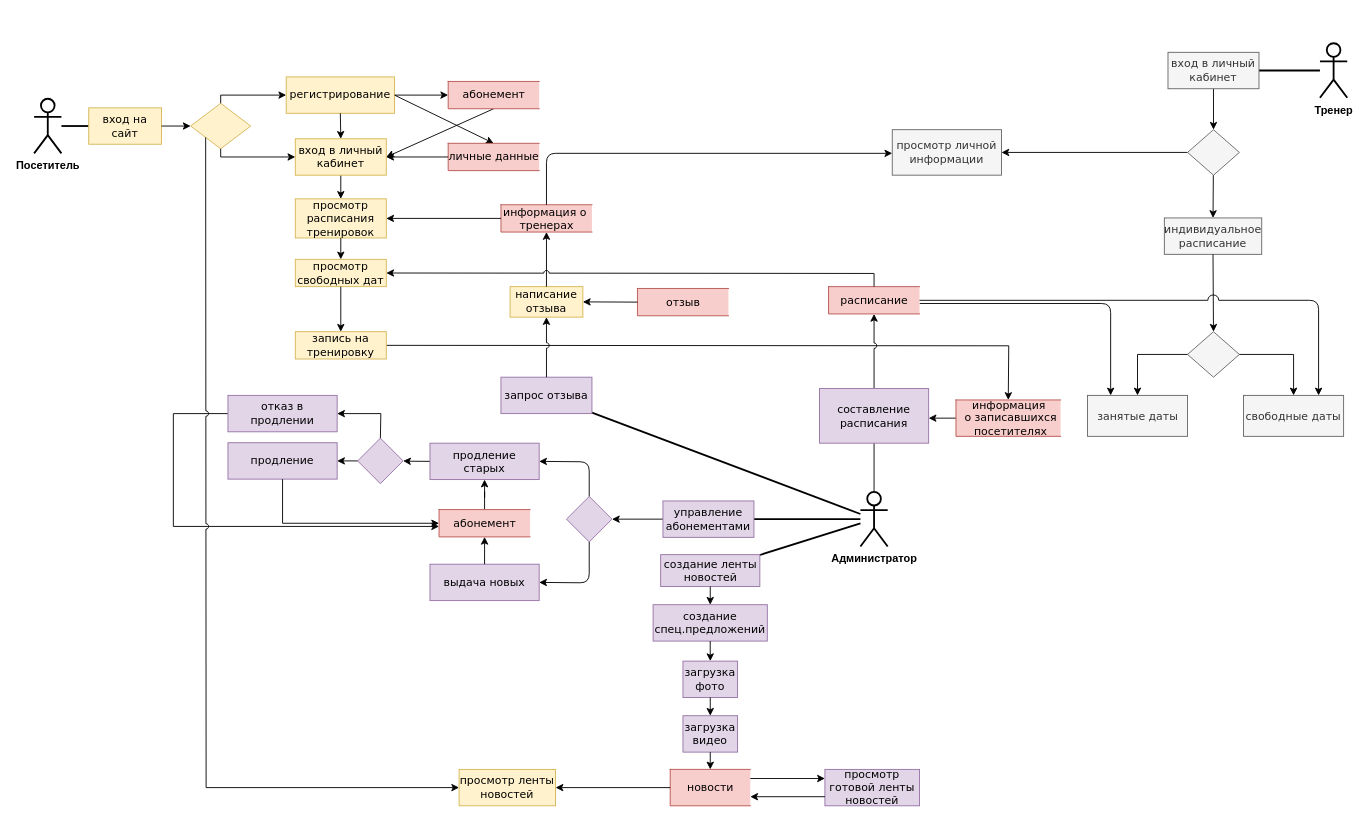
The draw.io diagram page "Страница 1" (1 of 2) of Diagrams/DFD 2.drawio in yuliapyrikova/-, before the edit. Source tidied: cells renumbered, new cells numbered last; positions are measured from the earlier drawing's top-left corner, leaving out a move shared by most shapes. Both pictures are drawn from the tidied source at 91%, with x=0, y=0 at pixel (34, 43).
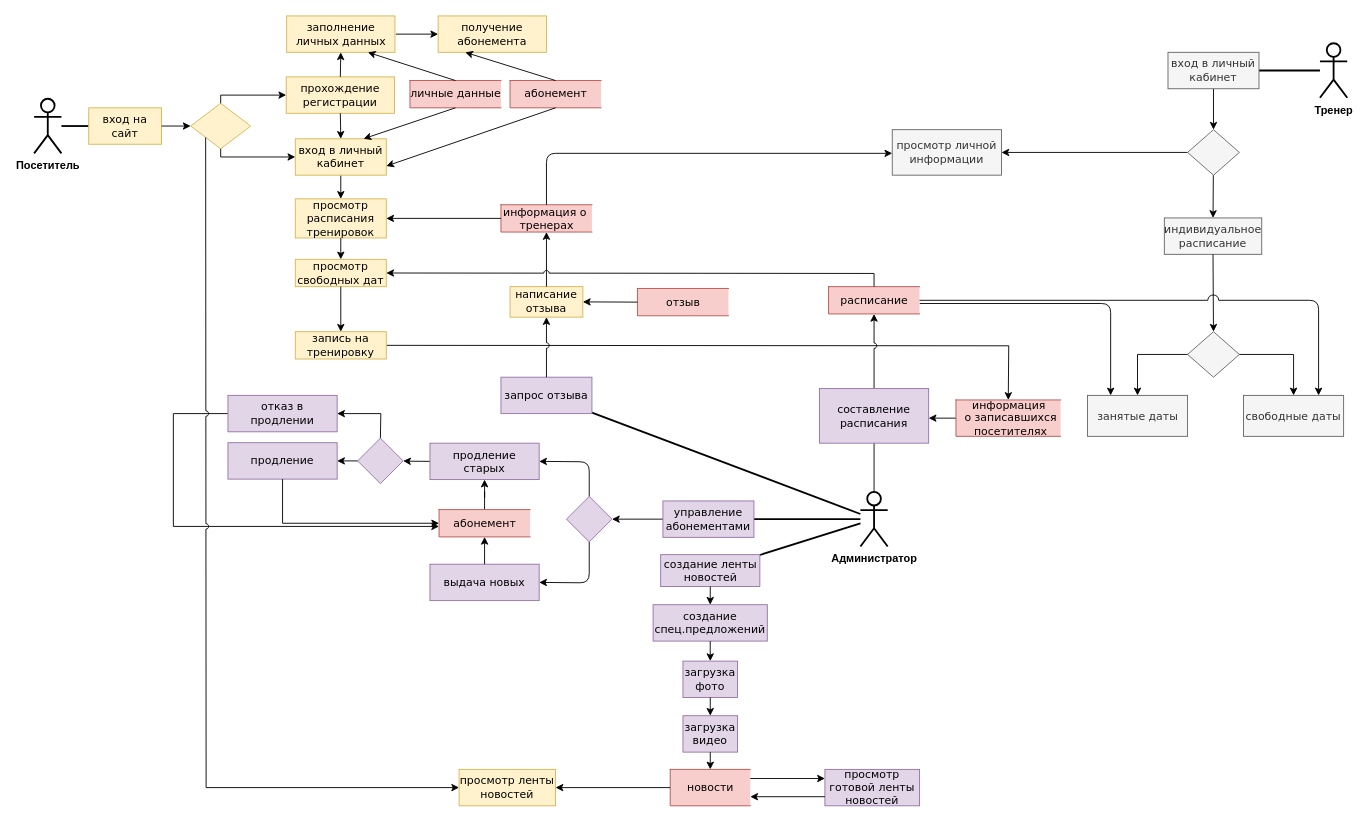
The same diagram, later.

The change refers to these unchanged cells:
```xml
<mxCell id="68" value="&lt;font face=&quot;Verdana&quot;&gt;вход в личный кабинет&lt;/font&gt;" style="rounded=0;whiteSpace=wrap;html=1;hachureGap=4;strokeWidth=1;fillColor=#fff2cc;strokeColor=#d6b656;" parent="1" vertex="1">
  <mxGeometry x="287" y="105" width="100" height="40" as="geometry" />
</mxCell>
```

What changed in the source:
```diff
@@
-    <mxCell id="56" style="edgeStyle=none;rounded=0;jettySize=auto;html=1;startArrow=none;startFill=0;endArrow=classic;endFill=1;exitX=1;exitY=0.5;exitDx=0;exitDy=0;entryX=0.5;entryY=0;entryDx=0;entryDy=0;" parent="1" edge="1" source="57" target="82">
-      <mxGeometry relative="1" as="geometry" />
-    </mxCell>
-    <mxCell id="57" value="&lt;font face=&quot;Verdana&quot;&gt;регистрирование&lt;/font&gt;" style="rounded=0;whiteSpace=wrap;html=1;hachureGap=4;strokeWidth=1;fillColor=#fff2cc;strokeColor=#d6b656;" parent="1" vertex="1">
+    <mxCell id="57" value="&lt;font face=&quot;Verdana&quot;&gt;прохождение регистрации&lt;/font&gt;" style="rounded=0;whiteSpace=wrap;html=1;hachureGap=4;strokeWidth=1;fillColor=#fff2cc;strokeColor=#d6b656;" parent="1" vertex="1">
       <mxGeometry x="277" y="37" width="119" height="40" as="geometry" />
     </mxCell>
@@
-    <mxCell id="59" style="endArrow=classic;html=1;rounded=0;exitX=0.5;exitY=1;exitDx=0;exitDy=0;entryX=1;entryY=0.5;entryDx=0;entryDy=0;" parent="1" edge="1" source="62" target="68">
-      <mxGeometry relative="1" as="geometry" />
-    </mxCell>
@@
     <mxCell id="62" value="&lt;font face=&quot;Verdana&quot;&gt;абонемент&lt;/font&gt;" style="html=1;dashed=0;whitespace=wrap;shape=partialRectangle;right=0;fontSize=12;strokeWidth=1;fillColor=#f8cecc;strokeColor=#b85450;" parent="1" vertex="1">
-      <mxGeometry x="455" y="42" width="100" height="30" as="geometry" />
+      <mxGeometry x="523" y="41" width="100" height="30" as="geometry" />
     </mxCell>
@@
     <mxCell id="82" value="&lt;font face=&quot;Verdana&quot;&gt;личные данные&lt;/font&gt;" style="html=1;dashed=0;whitespace=wrap;shape=partialRectangle;right=0;fontSize=12;strokeWidth=1;fillColor=#f8cecc;strokeColor=#b85450;" parent="1" vertex="1">
-      <mxGeometry x="455" y="110" width="100" height="30" as="geometry" />
+      <mxGeometry x="413" y="41" width="100" height="30" as="geometry" />
     </mxCell>
-    <mxCell id="83" style="endArrow=classic;html=1;rounded=0;shadow=0;strokeWidth=1;" parent="1" edge="1" source="82" target="68">
-      <mxGeometry relative="1" as="geometry" />
-    </mxCell>
@@
-    <mxCell id="87" style="edgeStyle=none;rounded=0;jettySize=auto;html=1;startArrow=none;startFill=0;endArrow=classic;endFill=1;exitX=1;exitY=0.5;exitDx=0;exitDy=0;entryX=0;entryY=0.5;entryDx=0;entryDy=0;" parent="1" edge="1" source="57" target="62">
-      <mxGeometry relative="1" as="geometry" />
-    </mxCell>
@@
+    <mxCell id="96" style="endArrow=classic;html=1;rounded=0;exitX=0.5;exitY=0;exitDx=0;exitDy=0;entryX=0.5;entryY=1;entryDx=0;entryDy=0;" parent="1" edge="1" source="57" target="97">
+      <mxGeometry relative="1" as="geometry" />
+    </mxCell>
+    <mxCell id="97" value="&lt;font face=&quot;Verdana&quot;&gt;заполнение личных данных&lt;/font&gt;" style="rounded=0;whiteSpace=wrap;html=1;hachureGap=4;strokeWidth=1;fillColor=#fff2cc;strokeColor=#d6b656;" parent="1" vertex="1">
+      <mxGeometry x="277.5" y="-30" width="119" height="40" as="geometry" />
+    </mxCell>
+    <mxCell id="98" style="endArrow=classic;html=1;rounded=0;exitX=1;exitY=0.5;exitDx=0;exitDy=0;entryX=0;entryY=0.5;entryDx=0;entryDy=0;" parent="1" edge="1" target="99">
+      <mxGeometry relative="1" as="geometry">
+        <mxPoint x="397.5" y="-10" as="sourcePoint" />
+      </mxGeometry>
+    </mxCell>
+    <mxCell id="99" value="&lt;font face=&quot;Verdana&quot;&gt;получение абонемента&lt;/font&gt;" style="rounded=0;whiteSpace=wrap;html=1;hachureGap=4;strokeWidth=1;fillColor=#fff2cc;strokeColor=#d6b656;" parent="1" vertex="1">
+      <mxGeometry x="444" y="-30" width="119" height="40" as="geometry" />
+    </mxCell>
+    <mxCell id="100" style="endArrow=classic;html=1;rounded=0;exitX=0.5;exitY=0;exitDx=0;exitDy=0;entryX=0.75;entryY=1;entryDx=0;entryDy=0;" parent="1" edge="1" source="82" target="97">
+      <mxGeometry relative="1" as="geometry" />
+    </mxCell>
+    <mxCell id="101" style="endArrow=classic;html=1;rounded=0;entryX=0.25;entryY=1;entryDx=0;entryDy=0;exitX=0.5;exitY=0;exitDx=0;exitDy=0;" parent="1" edge="1" source="62" target="99">
+      <mxGeometry relative="1" as="geometry" />
+    </mxCell>
+    <mxCell id="83" style="endArrow=classic;html=1;rounded=0;exitX=0.5;exitY=1;exitDx=0;exitDy=0;entryX=0.75;entryY=0;entryDx=0;entryDy=0;" parent="1" edge="1" source="82" target="68">
+      <mxGeometry relative="1" as="geometry" />
+    </mxCell>
+    <mxCell id="59" style="endArrow=classic;html=1;rounded=0;exitX=0.5;exitY=1;exitDx=0;exitDy=0;entryX=1;entryY=0.75;entryDx=0;entryDy=0;" parent="1" edge="1" source="62" target="68">
+      <mxGeometry relative="1" as="geometry" />
+    </mxCell>
```
